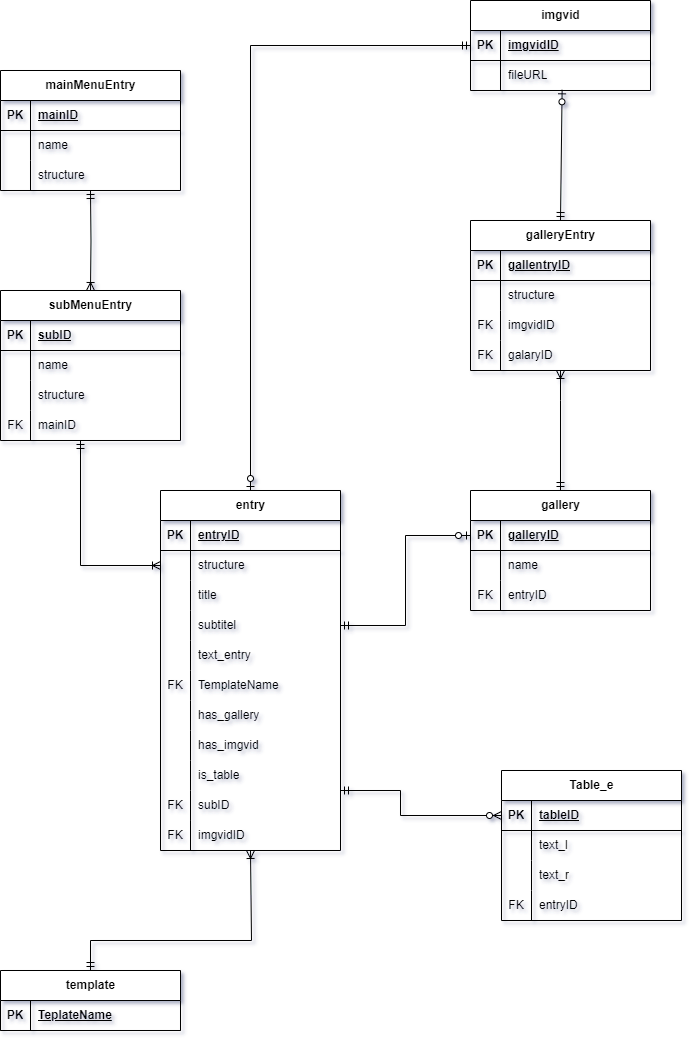
Before: src/db/schema.png, a diagram exported from draw.io (Werzu25/MusikbezirkSilz). Source tidied: cells renumbered, new cells last; positions are measured from the earlier drawing's top-left corner, leaving out a move shared by most shapes.
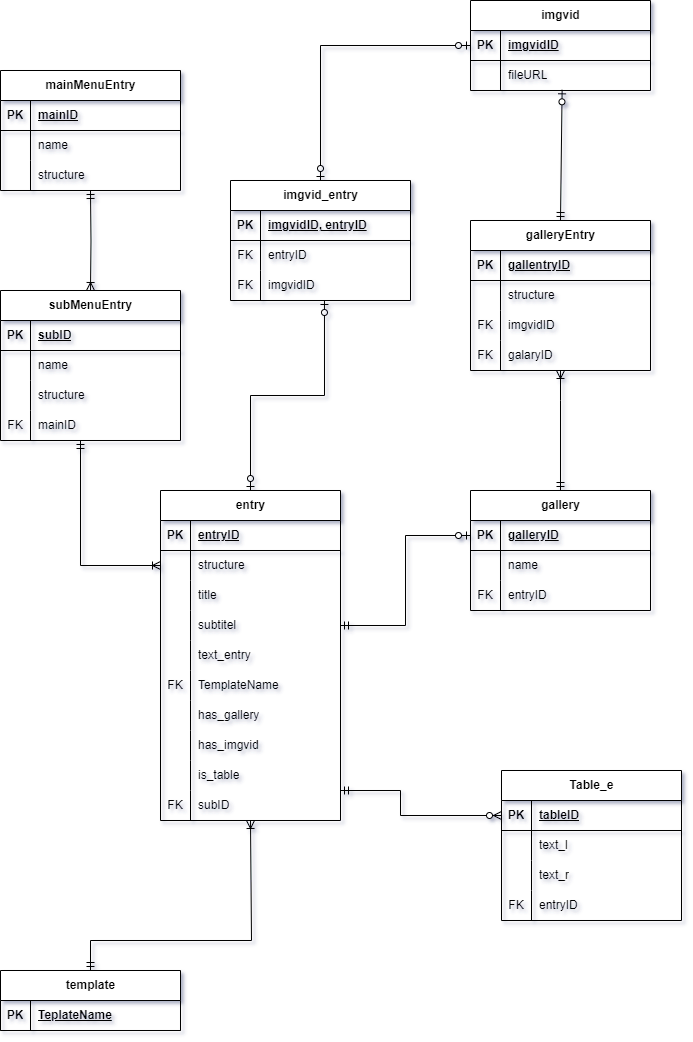
Later version of the same file.

Commit message:
udated db with new table imgvid_entry and had sex with leons mom

Diff of the diagram source:
```diff
@@ -3,7 +3,7 @@
     <mxCell id="0" />
     <mxCell id="1" parent="0" />
     <mxCell id="2" value="entry" style="shape=table;startSize=30;rowLines=0;fontStyle=1;align=center;html=1;verticalAlign=middle;horizontal=1;" parent="1" vertex="1">
-      <mxGeometry x="160" y="490" width="180" height="360" as="geometry" />
+      <mxGeometry x="160" y="490" width="180" height="330" as="geometry" />
     </mxCell>
     <mxCell id="3" style="shape=tableRow;horizontal=0;startSize=0;swimlaneHead=0;swimlaneBody=0;fillColor=none;top=0;left=0;right=0;bottom=1;" parent="2" vertex="1">
       <mxGeometry y="30" width="180" height="30" as="geometry" />
@@ -220,12 +220,9 @@
     <mxCell id="72" value="TeplateName" style="shape=partialRectangle;fillColor=none;top=0;left=0;bottom=0;right=0;align=left;spacingLeft=6;fontStyle=5;overflow=hidden;whiteSpace=wrap;html=1;" parent="70" vertex="1">
       <mxGeometry x="30" width="150" height="30" as="geometry" />
     </mxCell>
-    <mxCell id="73" style="edgeStyle=orthogonalEdgeStyle;fontSize=12;html=1;endArrow=ERzeroToOne;startArrow=ERmandOne;rounded=0;entryX=0.5;entryY=0;entryDx=0;entryDy=0;exitX=0;exitY=0.5;exitDx=0;exitDy=0;" parent="1" edge="1" source="39" target="2">
-      <mxGeometry relative="1" as="geometry" />
-    </mxCell>
     <mxCell id="74" style="edgeStyle=orthogonalEdgeStyle;fontSize=12;html=1;endArrow=ERoneToMany;startArrow=ERmandOne;rounded=0;exitX=0.5;exitY=0;exitDx=0;exitDy=0;" parent="1" edge="1" source="69">
       <mxGeometry relative="1" as="geometry">
-        <mxPoint x="250" y="850" as="targetPoint" />
+        <mxPoint x="250" y="820" as="targetPoint" />
         <Array as="points">
           <mxPoint x="90" y="940" />
           <mxPoint x="251" y="940" />
@@ -256,15 +253,6 @@
     <mxCell id="80" value="FK" style="shape=partialRectangle;fillColor=none;top=0;left=0;bottom=0;right=0;overflow=hidden;whiteSpace=wrap;html=1;" parent="1" vertex="1">
       <mxGeometry x="160" y="670" width="30" height="30" as="geometry" />
     </mxCell>
-    <mxCell id="81" value="imgvidID" style="shape=partialRectangle;fillColor=none;top=0;left=1;bottom=0;right=0;align=left;spacingLeft=6;overflow=hidden;whiteSpace=wrap;html=1;" parent="1" vertex="1">
-      <mxGeometry x="190" y="820" width="150" height="30" as="geometry" />
-    </mxCell>
-    <mxCell id="82" style="shape=partialRectangle;fillColor=none;top=0;left=1;bottom=0;right=0;align=left;spacingLeft=6;overflow=hidden;whiteSpace=wrap;html=1;" parent="1" vertex="1">
-      <mxGeometry x="190" y="820" width="160" height="30" as="geometry" />
-    </mxCell>
-    <mxCell id="83" value="FK" style="shape=partialRectangle;fillColor=none;top=0;left=0;bottom=0;right=0;overflow=hidden;whiteSpace=wrap;html=1;" parent="1" vertex="1">
-      <mxGeometry x="160" y="820" width="30" height="30" as="geometry" />
-    </mxCell>
     <mxCell id="84" value="subID" style="shape=partialRectangle;fillColor=none;top=0;left=1;bottom=0;right=0;align=left;spacingLeft=6;overflow=hidden;whiteSpace=wrap;html=1;" parent="1" vertex="1">
       <mxGeometry x="190" y="790" width="160" height="30" as="geometry" />
     </mxCell>
@@ -352,5 +340,41 @@
     <mxCell id="110" value="entryID" style="shape=partialRectangle;fillColor=none;top=0;left=1;bottom=0;right=0;align=left;spacingLeft=6;overflow=hidden;whiteSpace=wrap;html=1;" parent="108" vertex="1">
       <mxGeometry x="30" width="150" height="30" as="geometry" />
     </mxCell>
+    <mxCell id="111" value="imgvid_entry" style="shape=table;startSize=30;rowLines=0;fontStyle=1;align=center;html=1;" parent="1" vertex="1">
+      <mxGeometry x="230" y="180" width="180" height="120" as="geometry" />
+    </mxCell>
+    <mxCell id="112" style="shape=tableRow;horizontal=0;startSize=0;swimlaneHead=0;swimlaneBody=0;fillColor=none;top=0;left=0;right=0;bottom=1;" parent="111" vertex="1">
+      <mxGeometry y="30" width="180" height="30" as="geometry" />
+    </mxCell>
+    <mxCell id="113" value="PK" style="shape=partialRectangle;fillColor=none;top=0;left=0;bottom=0;right=0;fontStyle=1;overflow=hidden;whiteSpace=wrap;html=1;" parent="112" vertex="1">
+      <mxGeometry width="30" height="30" as="geometry" />
+    </mxCell>
+    <mxCell id="114" value="imgvidID, entryID" style="shape=partialRectangle;fillColor=none;top=0;left=0;bottom=0;right=0;align=left;spacingLeft=6;fontStyle=5;overflow=hidden;whiteSpace=wrap;html=1;" parent="112" vertex="1">
+      <mxGeometry x="30" width="150" height="30" as="geometry" />
+    </mxCell>
+    <mxCell id="115" style="shape=tableRow;horizontal=0;startSize=0;swimlaneHead=0;swimlaneBody=0;fillColor=none;top=0;left=0;right=0;bottom=0;" parent="111" vertex="1">
+      <mxGeometry y="60" width="180" height="30" as="geometry" />
+    </mxCell>
+    <mxCell id="116" value="FK" style="shape=partialRectangle;fillColor=none;top=0;left=0;bottom=0;right=0;overflow=hidden;whiteSpace=wrap;html=1;" parent="115" vertex="1">
+      <mxGeometry width="30" height="30" as="geometry" />
+    </mxCell>
+    <mxCell id="117" value="entryID" style="shape=partialRectangle;fillColor=none;top=0;left=0;bottom=0;right=0;align=left;spacingLeft=6;overflow=hidden;whiteSpace=wrap;html=1;" parent="115" vertex="1">
+      <mxGeometry x="30" width="150" height="30" as="geometry" />
+    </mxCell>
+    <mxCell id="118" style="shape=tableRow;horizontal=0;startSize=0;swimlaneHead=0;swimlaneBody=0;fillColor=none;points=[[0,0.5],[1,0.5]];portConstraint=eastwest;top=0;left=0;right=0;bottom=0;" parent="111" vertex="1">
+      <mxGeometry y="90" width="180" height="30" as="geometry" />
+    </mxCell>
+    <mxCell id="119" value="FK" style="shape=partialRectangle;fillColor=none;top=0;left=0;bottom=0;right=0;overflow=hidden;whiteSpace=wrap;html=1;" parent="118" vertex="1">
+      <mxGeometry width="30" height="30" as="geometry" />
+    </mxCell>
+    <mxCell id="81" value="imgvidID" style="shape=partialRectangle;fillColor=none;top=0;left=0;bottom=0;right=0;align=left;spacingLeft=6;overflow=hidden;whiteSpace=wrap;html=1;" parent="118" vertex="1">
+      <mxGeometry x="30" width="150" height="30" as="geometry" />
+    </mxCell>
+    <mxCell id="120" style="edgeStyle=orthogonalEdgeStyle;fontSize=12;html=1;endArrow=ERzeroToOne;endFill=0;rounded=0;entryX=0.522;entryY=1;entryDx=0;entryDy=0;entryPerimeter=0;exitX=0.5;exitY=0;exitDx=0;exitDy=0;startArrow=ERzeroToOne;startFill=0;" parent="1" edge="1" source="2" target="118">
+      <mxGeometry relative="1" as="geometry" />
+    </mxCell>
+    <mxCell id="121" style="edgeStyle=orthogonalEdgeStyle;fontSize=12;html=1;endArrow=ERzeroToOne;endFill=0;rounded=0;entryX=0;entryY=0.5;entryDx=0;entryDy=0;exitX=0.5;exitY=0;exitDx=0;exitDy=0;startArrow=ERzeroToOne;startFill=0;" parent="1" edge="1" source="111" target="39">
+      <mxGeometry relative="1" as="geometry" />
+    </mxCell>
   </root>
 </mxGraphModel>
```
